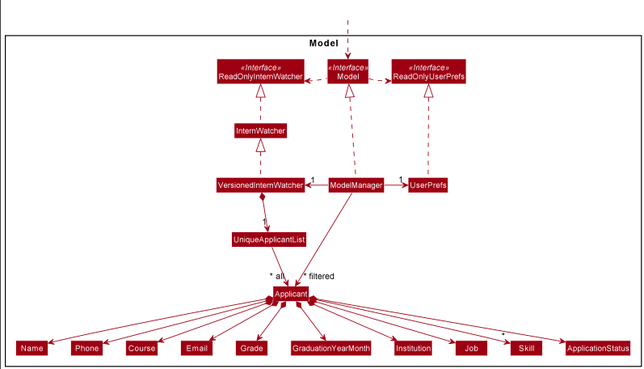
yunpeng1234/tp keeps this PlantUML diagram as docs/images/ModelClassDiagram.png. Above is the earlier version. Its source is kept beside it as docs/diagrams/ModelClassDiagram.puml.
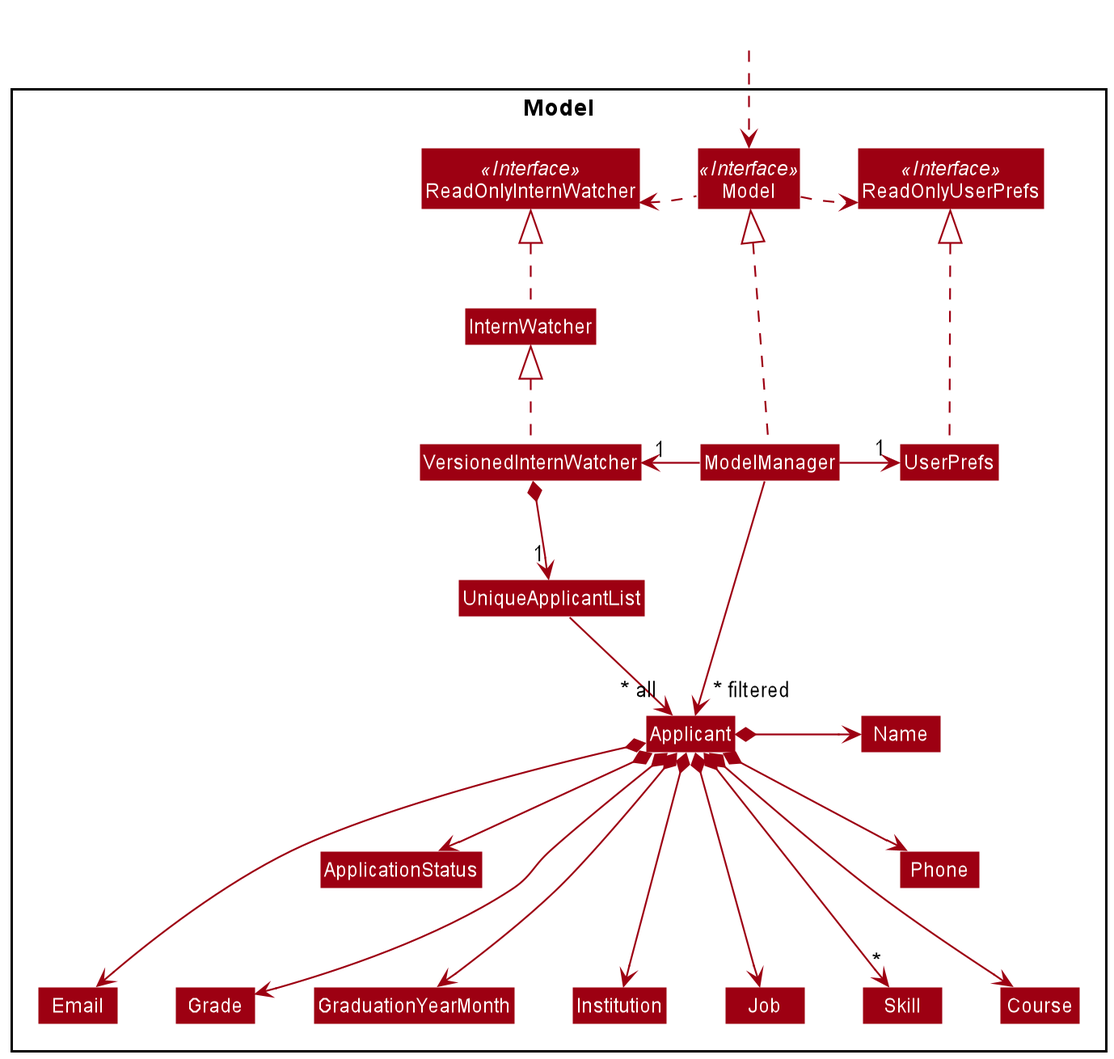
After the change.

Change to the diagram source:
```diff
@@ -45,16 +45,16 @@
 
 VersionedInternWatcher *--> "1" UniqueApplicantList
 UniqueApplicantList --> "~* all" Applicant
-Applicant *--> Name
+Applicant *-> Name
 Applicant *--> Phone
-Applicant *--> Email
-Applicant *--> Course
+Applicant *-> Email
+Applicant *---> Course
 Applicant *--> "*" Skill
 Applicant *--> ApplicationStatus
-Applicant *--> Job
+Applicant *---> Job
 Applicant *--> GraduationYearMonth
-Applicant *--> Grade
-Applicant *--> Institution
+Applicant *---> Grade
+Applicant *---> Institution
 
 Name -[hidden]right-> Phone
 Phone -[hidden]right-> Course
```
